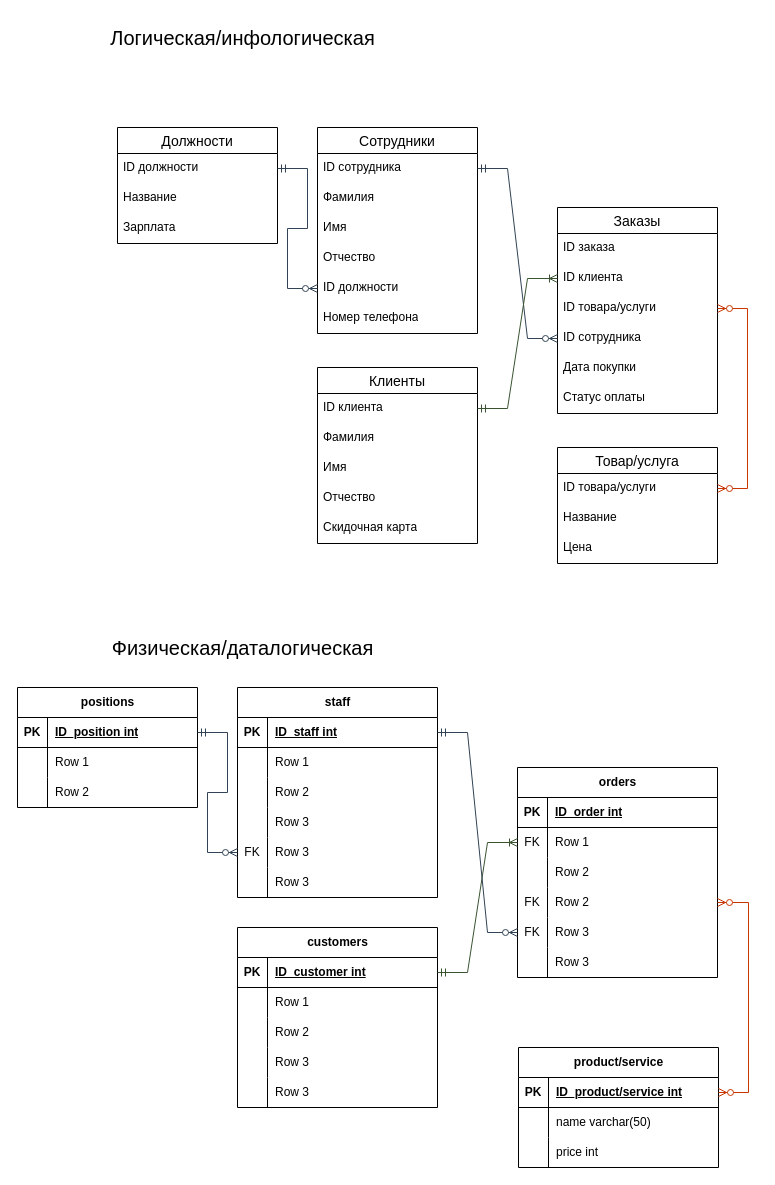
The draw.io diagram Untitled Diagram.drawio in Anonymkus/repos, before the edit. Source tidied: cells renumbered, new cells numbered last; positions are measured from the earlier drawing's top-left corner, leaving out a move shared by most shapes. Both pictures are drawn from the tidied source at 100%, with x=0, y=0 at pixel (17, 17).
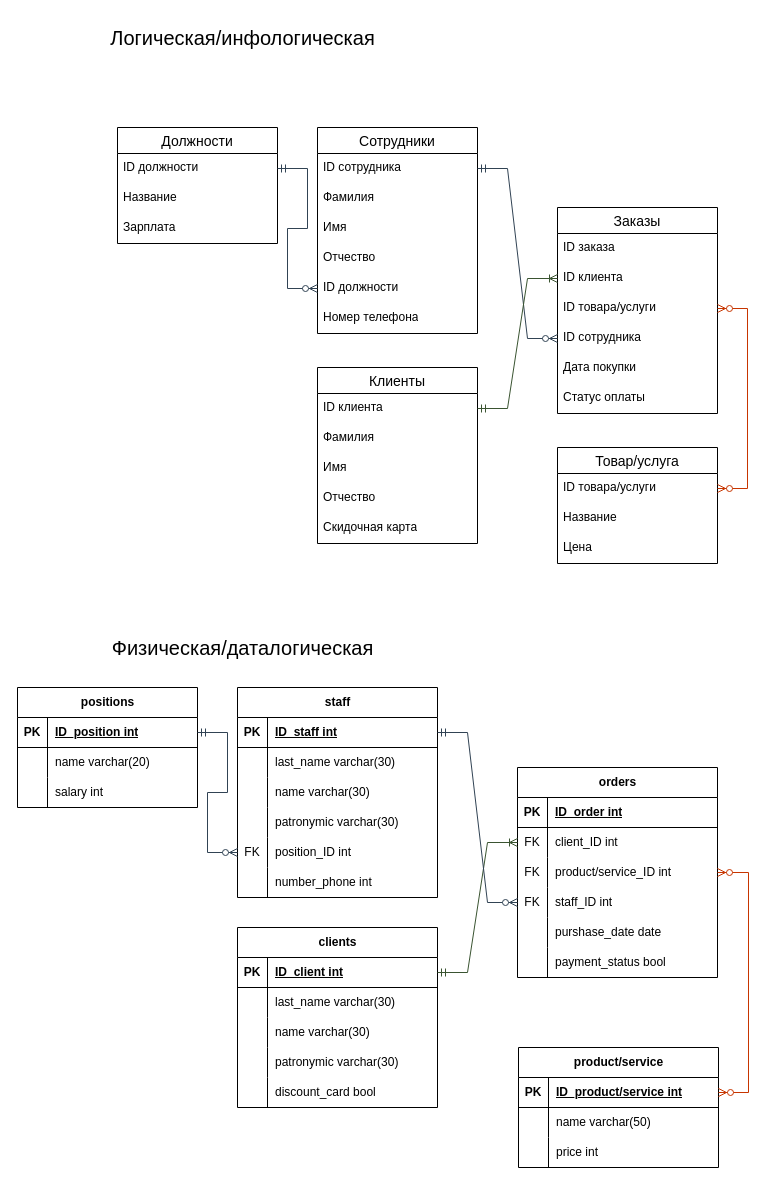
After the change.

Unchanged cells that the change refers to:
```xml
<mxCell id="40" style="shape=tableRow;horizontal=0;startSize=0;swimlaneHead=0;swimlaneBody=0;fillColor=none;points=[[0,0.5],[1,0.5]];portConstraint=eastwest;top=0;left=0;right=0;bottom=0;" parent="36" vertex="1">
  <mxGeometry y="60" width="200" height="30" as="geometry" />
</mxCell>
<mxCell id="43" style="shape=tableRow;horizontal=0;startSize=0;swimlaneHead=0;swimlaneBody=0;fillColor=none;points=[[0,0.5],[1,0.5]];portConstraint=eastwest;top=0;left=0;right=0;bottom=0;" parent="36" vertex="1">
  <mxGeometry y="90" width="200" height="30" as="geometry" />
</mxCell>
<mxCell id="46" style="shape=tableRow;horizontal=0;startSize=0;swimlaneHead=0;swimlaneBody=0;fillColor=none;points=[[0,0.5],[1,0.5]];portConstraint=eastwest;top=0;left=0;right=0;bottom=0;" parent="36" vertex="1">
  <mxGeometry y="120" width="200" height="30" as="geometry" />
</mxCell>
<mxCell id="49" style="shape=tableRow;horizontal=0;startSize=0;swimlaneHead=0;swimlaneBody=0;fillColor=none;points=[[0,0.5],[1,0.5]];portConstraint=eastwest;top=0;left=0;right=0;bottom=0;" parent="36" vertex="1">
  <mxGeometry y="150" width="200" height="30" as="geometry" />
</mxCell>
<mxCell id="52" style="shape=tableRow;horizontal=0;startSize=0;swimlaneHead=0;swimlaneBody=0;fillColor=none;top=0;left=0;right=0;bottom=0;" parent="36" vertex="1">
  <mxGeometry y="180" width="200" height="30" as="geometry" />
</mxCell>
<mxCell id="56" style="shape=tableRow;horizontal=0;startSize=0;swimlaneHead=0;swimlaneBody=0;fillColor=none;points=[[0,0.5],[1,0.5]];portConstraint=eastwest;top=0;left=0;right=0;bottom=1;" parent="55" vertex="1">
  <mxGeometry y="30" width="200" height="30" as="geometry" />
</mxCell>
<mxCell id="66" style="shape=tableRow;horizontal=0;startSize=0;swimlaneHead=0;swimlaneBody=0;fillColor=none;points=[[0,0.5],[1,0.5]];portConstraint=eastwest;top=0;left=0;right=0;bottom=1;" parent="65" vertex="1">
  <mxGeometry y="30" width="200" height="30" as="geometry" />
</mxCell>
<mxCell id="69" style="shape=tableRow;horizontal=0;startSize=0;swimlaneHead=0;swimlaneBody=0;fillColor=none;top=0;left=0;right=0;bottom=0;" parent="65" vertex="1">
  <mxGeometry y="60" width="200" height="30" as="geometry" />
</mxCell>
<mxCell id="72" style="shape=tableRow;horizontal=0;startSize=0;swimlaneHead=0;swimlaneBody=0;fillColor=none;top=0;left=0;right=0;bottom=0;" parent="65" vertex="1">
  <mxGeometry y="90" width="200" height="30" as="geometry" />
</mxCell>
<mxCell id="75" style="shape=tableRow;horizontal=0;startSize=0;swimlaneHead=0;swimlaneBody=0;fillColor=none;top=0;left=0;right=0;bottom=0;" parent="65" vertex="1">
  <mxGeometry y="120" width="200" height="30" as="geometry" />
</mxCell>
<mxCell id="78" style="shape=tableRow;horizontal=0;startSize=0;swimlaneHead=0;swimlaneBody=0;fillColor=none;points=[[0,0.5],[1,0.5]];portConstraint=eastwest;top=0;left=0;right=0;bottom=0;" parent="65" vertex="1">
  <mxGeometry y="150" width="200" height="30" as="geometry" />
</mxCell>
<mxCell id="81" style="shape=tableRow;horizontal=0;startSize=0;swimlaneHead=0;swimlaneBody=0;fillColor=none;top=0;left=0;right=0;bottom=0;" parent="65" vertex="1">
  <mxGeometry y="180" width="200" height="30" as="geometry" />
</mxCell>
<mxCell id="85" style="shape=tableRow;horizontal=0;startSize=0;swimlaneHead=0;swimlaneBody=0;fillColor=none;points=[[0,0.5],[1,0.5]];portConstraint=eastwest;top=0;left=0;right=0;bottom=1;" parent="84" vertex="1">
  <mxGeometry y="30" width="200" height="30" as="geometry" />
</mxCell>
<mxCell id="88" style="shape=tableRow;horizontal=0;startSize=0;swimlaneHead=0;swimlaneBody=0;fillColor=none;top=0;left=0;right=0;bottom=0;" parent="84" vertex="1">
  <mxGeometry y="60" width="200" height="30" as="geometry" />
</mxCell>
<mxCell id="91" style="shape=tableRow;horizontal=0;startSize=0;swimlaneHead=0;swimlaneBody=0;fillColor=none;top=0;left=0;right=0;bottom=0;" parent="84" vertex="1">
  <mxGeometry y="90" width="200" height="30" as="geometry" />
</mxCell>
<mxCell id="94" style="shape=tableRow;horizontal=0;startSize=0;swimlaneHead=0;swimlaneBody=0;fillColor=none;top=0;left=0;right=0;bottom=0;" parent="84" vertex="1">
  <mxGeometry y="120" width="200" height="30" as="geometry" />
</mxCell>
<mxCell id="97" style="shape=tableRow;horizontal=0;startSize=0;swimlaneHead=0;swimlaneBody=0;fillColor=none;top=0;left=0;right=0;bottom=0;" parent="84" vertex="1">
  <mxGeometry y="150" width="200" height="30" as="geometry" />
</mxCell>
<mxCell id="104" style="shape=tableRow;horizontal=0;startSize=0;swimlaneHead=0;swimlaneBody=0;fillColor=none;top=0;left=0;right=0;bottom=0;" parent="100" vertex="1">
  <mxGeometry y="60" width="180" height="30" as="geometry" />
</mxCell>
<mxCell id="107" style="shape=tableRow;horizontal=0;startSize=0;swimlaneHead=0;swimlaneBody=0;fillColor=none;top=0;left=0;right=0;bottom=0;" parent="100" vertex="1">
  <mxGeometry y="90" width="180" height="30" as="geometry" />
</mxCell>
```

Change to the diagram source:
```diff
@@
-    <mxCell id="42" value="Row 1" style="shape=partialRectangle;fillColor=none;top=0;left=0;bottom=0;right=0;align=left;spacingLeft=6;overflow=hidden;whiteSpace=wrap;html=1;" parent="40" vertex="1">
+    <mxCell id="42" value="client_ID int" style="shape=partialRectangle;fillColor=none;top=0;left=0;bottom=0;right=0;align=left;spacingLeft=6;overflow=hidden;whiteSpace=wrap;html=1;" parent="40" vertex="1">
       <mxGeometry x="30" width="170" height="30" as="geometry" />
     </mxCell>
@@
-    <mxCell id="44" style="shape=partialRectangle;fillColor=none;top=0;left=0;bottom=0;right=0;overflow=hidden;whiteSpace=wrap;html=1;" parent="43" vertex="1">
+    <mxCell id="44" value="FK" style="shape=partialRectangle;fillColor=none;top=0;left=0;bottom=0;right=0;overflow=hidden;whiteSpace=wrap;html=1;" parent="43" vertex="1">
       <mxGeometry width="30" height="30" as="geometry" />
     </mxCell>
-    <mxCell id="45" value="Row 2" style="shape=partialRectangle;fillColor=none;top=0;left=0;bottom=0;right=0;align=left;spacingLeft=6;overflow=hidden;whiteSpace=wrap;html=1;" parent="43" vertex="1">
+    <mxCell id="45" value="product/service_ID int" style="shape=partialRectangle;fillColor=none;top=0;left=0;bottom=0;right=0;align=left;spacingLeft=6;overflow=hidden;whiteSpace=wrap;html=1;" parent="43" vertex="1">
       <mxGeometry x="30" width="170" height="30" as="geometry" />
     </mxCell>
@@
-    <mxCell id="48" value="Row 2" style="shape=partialRectangle;fillColor=none;top=0;left=0;bottom=0;right=0;align=left;spacingLeft=6;overflow=hidden;whiteSpace=wrap;html=1;" parent="46" vertex="1">
+    <mxCell id="48" value="staff_ID int" style="shape=partialRectangle;fillColor=none;top=0;left=0;bottom=0;right=0;align=left;spacingLeft=6;overflow=hidden;whiteSpace=wrap;html=1;" parent="46" vertex="1">
       <mxGeometry x="30" width="170" height="30" as="geometry" />
     </mxCell>
@@
-    <mxCell id="50" value="FK" style="shape=partialRectangle;fillColor=none;top=0;left=0;bottom=0;right=0;overflow=hidden;whiteSpace=wrap;html=1;" parent="49" vertex="1">
+    <mxCell id="50" style="shape=partialRectangle;fillColor=none;top=0;left=0;bottom=0;right=0;overflow=hidden;whiteSpace=wrap;html=1;" parent="49" vertex="1">
       <mxGeometry width="30" height="30" as="geometry" />
     </mxCell>
-    <mxCell id="51" value="Row 3" style="shape=partialRectangle;fillColor=none;top=0;left=0;bottom=0;right=0;align=left;spacingLeft=6;overflow=hidden;whiteSpace=wrap;html=1;" parent="49" vertex="1">
+    <mxCell id="51" value="purshase_date date" style="shape=partialRectangle;fillColor=none;top=0;left=0;bottom=0;right=0;align=left;spacingLeft=6;overflow=hidden;whiteSpace=wrap;html=1;" parent="49" vertex="1">
       <mxGeometry x="30" width="170" height="30" as="geometry" />
     </mxCell>
@@
-    <mxCell id="54" value="Row 3" style="shape=partialRectangle;fillColor=none;top=0;left=0;bottom=0;right=0;align=left;spacingLeft=6;overflow=hidden;whiteSpace=wrap;html=1;" parent="52" vertex="1">
+    <mxCell id="54" value="payment_status bool" style="shape=partialRectangle;fillColor=none;top=0;left=0;bottom=0;right=0;align=left;spacingLeft=6;overflow=hidden;whiteSpace=wrap;html=1;" parent="52" vertex="1">
       <mxGeometry x="30" width="170" height="30" as="geometry" />
     </mxCell>
@@
-    <mxCell id="71" value="Row 1" style="shape=partialRectangle;fillColor=none;top=0;left=0;bottom=0;right=0;align=left;spacingLeft=6;overflow=hidden;whiteSpace=wrap;html=1;" parent="69" vertex="1">
+    <mxCell id="71" value="last_name varchar(30)" style="shape=partialRectangle;fillColor=none;top=0;left=0;bottom=0;right=0;align=left;spacingLeft=6;overflow=hidden;whiteSpace=wrap;html=1;" parent="69" vertex="1">
       <mxGeometry x="30" width="170" height="30" as="geometry" />
     </mxCell>
@@
-    <mxCell id="74" value="Row 2" style="shape=partialRectangle;fillColor=none;top=0;left=0;bottom=0;right=0;align=left;spacingLeft=6;overflow=hidden;whiteSpace=wrap;html=1;" parent="72" vertex="1">
+    <mxCell id="74" value="name varchar(30)" style="shape=partialRectangle;fillColor=none;top=0;left=0;bottom=0;right=0;align=left;spacingLeft=6;overflow=hidden;whiteSpace=wrap;html=1;" parent="72" vertex="1">
       <mxGeometry x="30" width="170" height="30" as="geometry" />
     </mxCell>
@@
-    <mxCell id="77" value="Row 3" style="shape=partialRectangle;fillColor=none;top=0;left=0;bottom=0;right=0;align=left;spacingLeft=6;overflow=hidden;whiteSpace=wrap;html=1;" parent="75" vertex="1">
+    <mxCell id="77" value="patronymic varchar(30)" style="shape=partialRectangle;fillColor=none;top=0;left=0;bottom=0;right=0;align=left;spacingLeft=6;overflow=hidden;whiteSpace=wrap;html=1;" parent="75" vertex="1">
       <mxGeometry x="30" width="170" height="30" as="geometry" />
     </mxCell>
@@
-    <mxCell id="80" value="Row 3" style="shape=partialRectangle;fillColor=none;top=0;left=0;bottom=0;right=0;align=left;spacingLeft=6;overflow=hidden;whiteSpace=wrap;html=1;" parent="78" vertex="1">
+    <mxCell id="80" value="position_ID int" style="shape=partialRectangle;fillColor=none;top=0;left=0;bottom=0;right=0;align=left;spacingLeft=6;overflow=hidden;whiteSpace=wrap;html=1;" parent="78" vertex="1">
       <mxGeometry x="30" width="170" height="30" as="geometry" />
     </mxCell>
@@
-    <mxCell id="83" value="Row 3" style="shape=partialRectangle;fillColor=none;top=0;left=0;bottom=0;right=0;align=left;spacingLeft=6;overflow=hidden;whiteSpace=wrap;html=1;" parent="81" vertex="1">
+    <mxCell id="83" value="number_phone int" style="shape=partialRectangle;fillColor=none;top=0;left=0;bottom=0;right=0;align=left;spacingLeft=6;overflow=hidden;whiteSpace=wrap;html=1;" parent="81" vertex="1">
       <mxGeometry x="30" width="170" height="30" as="geometry" />
     </mxCell>
-    <mxCell id="84" value="customers" style="shape=table;startSize=30;childLayout=tableLayout;rowLines=0;fontStyle=1;align=center;html=1;" parent="1" vertex="1">
+    <mxCell id="84" value="clients" style="shape=table;startSize=30;childLayout=tableLayout;rowLines=0;fontStyle=1;align=center;html=1;" parent="1" vertex="1">
       <mxGeometry x="220" y="910" width="200" height="180" as="geometry" />
     </mxCell>
@@
-    <mxCell id="87" value="ID_customer int" style="shape=partialRectangle;fillColor=none;top=0;left=0;bottom=0;right=0;align=left;spacingLeft=6;fontStyle=5;overflow=hidden;whiteSpace=wrap;html=1;" parent="85" vertex="1">
+    <mxCell id="87" value="ID_client int" style="shape=partialRectangle;fillColor=none;top=0;left=0;bottom=0;right=0;align=left;spacingLeft=6;fontStyle=5;overflow=hidden;whiteSpace=wrap;html=1;" parent="85" vertex="1">
       <mxGeometry x="30" width="170" height="30" as="geometry" />
     </mxCell>
@@
-    <mxCell id="90" value="Row 1" style="shape=partialRectangle;fillColor=none;top=0;left=0;bottom=0;right=0;align=left;spacingLeft=6;overflow=hidden;whiteSpace=wrap;html=1;" parent="88" vertex="1">
+    <mxCell id="90" value="last_name varchar(30)" style="shape=partialRectangle;fillColor=none;top=0;left=0;bottom=0;right=0;align=left;spacingLeft=6;overflow=hidden;whiteSpace=wrap;html=1;" parent="88" vertex="1">
       <mxGeometry x="30" width="170" height="30" as="geometry" />
     </mxCell>
@@
-    <mxCell id="93" value="Row 2" style="shape=partialRectangle;fillColor=none;top=0;left=0;bottom=0;right=0;align=left;spacingLeft=6;overflow=hidden;whiteSpace=wrap;html=1;" parent="91" vertex="1">
+    <mxCell id="93" value="name varchar(30)" style="shape=partialRectangle;fillColor=none;top=0;left=0;bottom=0;right=0;align=left;spacingLeft=6;overflow=hidden;whiteSpace=wrap;html=1;" parent="91" vertex="1">
       <mxGeometry x="30" width="170" height="30" as="geometry" />
     </mxCell>
@@
-    <mxCell id="96" value="Row 3" style="shape=partialRectangle;fillColor=none;top=0;left=0;bottom=0;right=0;align=left;spacingLeft=6;overflow=hidden;whiteSpace=wrap;html=1;" parent="94" vertex="1">
+    <mxCell id="96" value="patronymic varchar(30)" style="shape=partialRectangle;fillColor=none;top=0;left=0;bottom=0;right=0;align=left;spacingLeft=6;overflow=hidden;whiteSpace=wrap;html=1;" parent="94" vertex="1">
       <mxGeometry x="30" width="170" height="30" as="geometry" />
     </mxCell>
@@
-    <mxCell id="99" value="Row 3" style="shape=partialRectangle;fillColor=none;top=0;left=0;bottom=0;right=0;align=left;spacingLeft=6;overflow=hidden;whiteSpace=wrap;html=1;" parent="97" vertex="1">
+    <mxCell id="99" value="discount_card bool" style="shape=partialRectangle;fillColor=none;top=0;left=0;bottom=0;right=0;align=left;spacingLeft=6;overflow=hidden;whiteSpace=wrap;html=1;" parent="97" vertex="1">
       <mxGeometry x="30" width="170" height="30" as="geometry" />
     </mxCell>
@@
-    <mxCell id="106" value="Row 1" style="shape=partialRectangle;fillColor=none;top=0;left=0;bottom=0;right=0;align=left;spacingLeft=6;overflow=hidden;whiteSpace=wrap;html=1;" parent="104" vertex="1">
+    <mxCell id="106" value="name varchar(20)" style="shape=partialRectangle;fillColor=none;top=0;left=0;bottom=0;right=0;align=left;spacingLeft=6;overflow=hidden;whiteSpace=wrap;html=1;" parent="104" vertex="1">
       <mxGeometry x="30" width="150" height="30" as="geometry" />
     </mxCell>
@@
-    <mxCell id="109" value="Row 2" style="shape=partialRectangle;fillColor=none;top=0;left=0;bottom=0;right=0;align=left;spacingLeft=6;overflow=hidden;whiteSpace=wrap;html=1;" parent="107" vertex="1">
+    <mxCell id="109" value="salary int" style="shape=partialRectangle;fillColor=none;top=0;left=0;bottom=0;right=0;align=left;spacingLeft=6;overflow=hidden;whiteSpace=wrap;html=1;" parent="107" vertex="1">
       <mxGeometry x="30" width="150" height="30" as="geometry" />
     </mxCell>
-    <mxCell id="110" style="edgeStyle=entityRelationEdgeStyle;fontSize=12;html=1;endArrow=ERzeroToMany;endFill=1;startArrow=ERzeroToMany;rounded=0;fillColor=#fa6800;strokeColor=#C73500;" parent="1" edge="1" source="56" target="46">
+    <mxCell id="110" style="edgeStyle=entityRelationEdgeStyle;fontSize=12;html=1;endArrow=ERzeroToMany;endFill=1;startArrow=ERzeroToMany;rounded=0;fillColor=#fa6800;strokeColor=#C73500;" parent="1" edge="1" source="56" target="43">
       <mxGeometry relative="1" as="geometry" />
     </mxCell>
@@
-    <mxCell id="112" style="edgeStyle=entityRelationEdgeStyle;fontSize=12;html=1;endArrow=ERzeroToMany;startArrow=ERmandOne;rounded=0;fillColor=#647687;strokeColor=#314354;" parent="1" edge="1" source="66" target="49">
+    <mxCell id="112" style="edgeStyle=entityRelationEdgeStyle;fontSize=12;html=1;endArrow=ERzeroToMany;startArrow=ERmandOne;rounded=0;fillColor=#647687;strokeColor=#314354;" parent="1" edge="1" source="66" target="46">
       <mxGeometry relative="1" as="geometry" />
     </mxCell>
```
